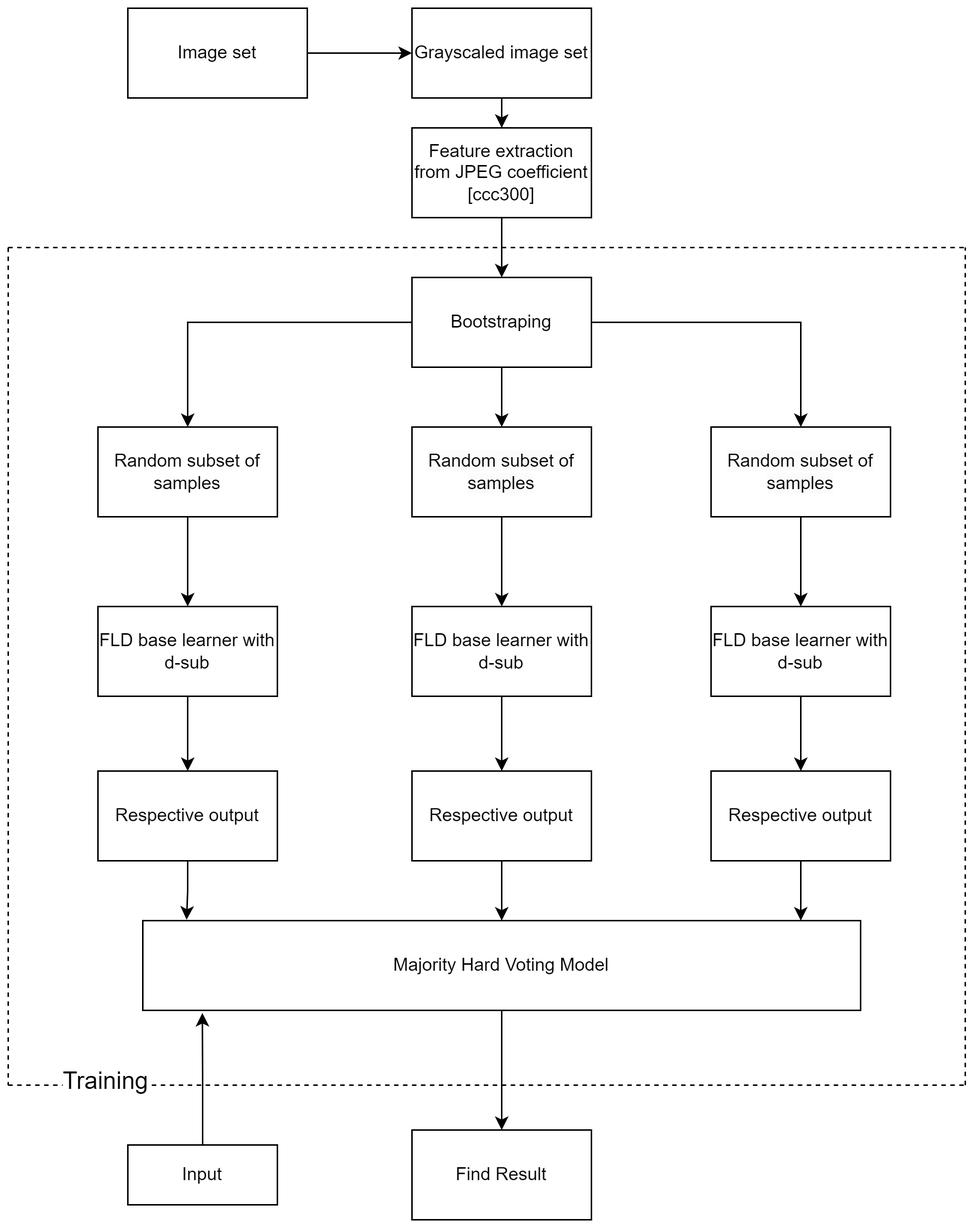
The draw.io diagram Final/img/blockDiagram.png in cruvss/Image-Steganalysis-Using-Ensemble-Classifiers, before a commit. Source tidied: cells renumbered, new cells last; positions are measured from the earlier drawing's top-left corner, leaving out a move shared by most shapes.
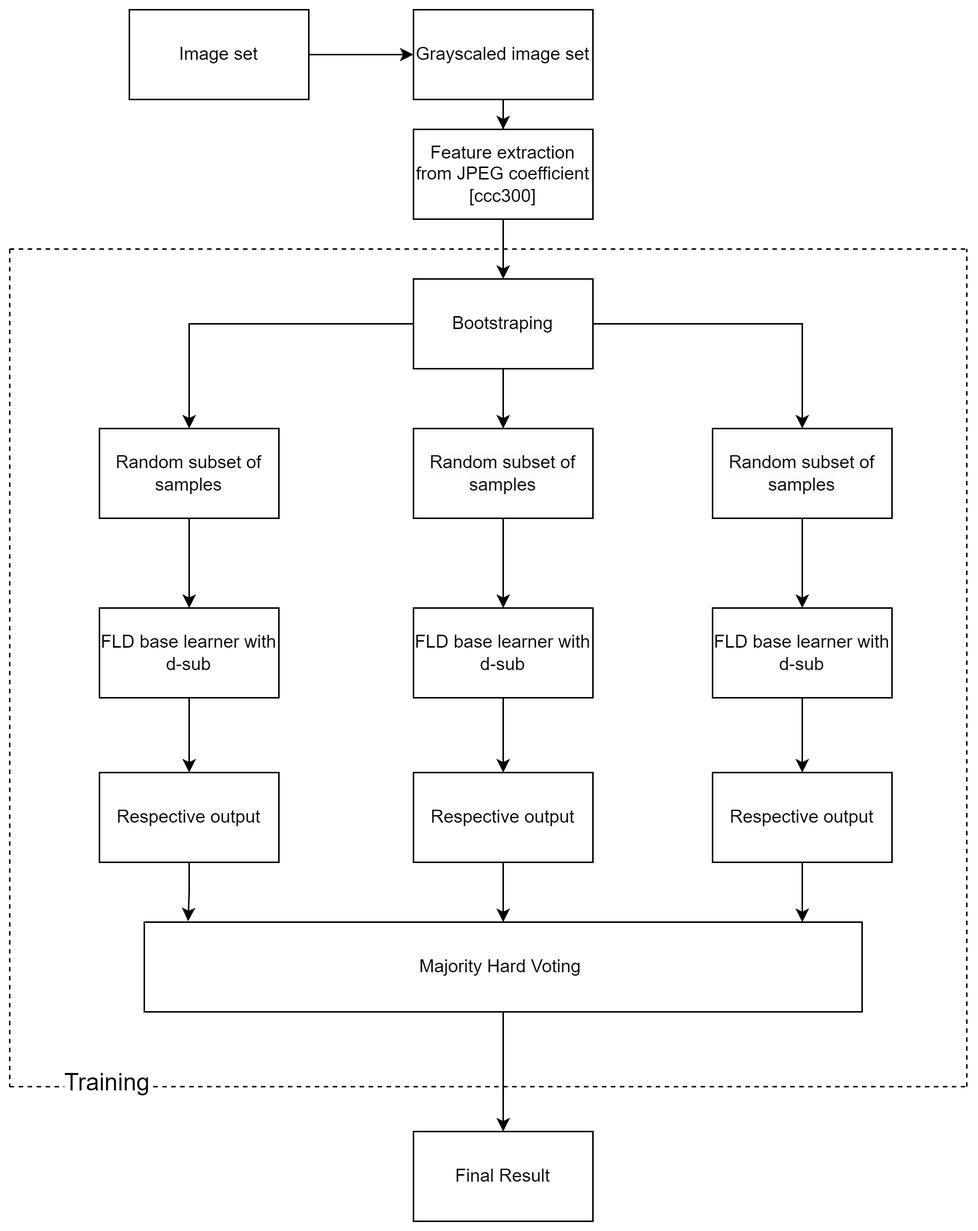
The same diagram one commit later.

Diff of the diagram source:
```diff
@@ -80,10 +80,10 @@
     <mxCell id="27" style="edgeStyle=orthogonalEdgeStyle;rounded=0;jettySize=auto;html=1;entryX=0.5;entryY=0;entryDx=0;entryDy=0;" parent="1" edge="1" source="28" target="29">
       <mxGeometry relative="1" as="geometry" />
     </mxCell>
-    <mxCell id="28" value="Majority Hard Voting Model" style="rounded=0;whiteSpace=wrap;html=1;" parent="1" vertex="1">
+    <mxCell id="28" value="Majority Hard Voting&amp;nbsp;" style="rounded=0;whiteSpace=wrap;html=1;" parent="1" vertex="1">
       <mxGeometry x="90" y="610" width="480" height="60" as="geometry" />
     </mxCell>
-    <mxCell id="29" value="Find Result" style="rounded=0;whiteSpace=wrap;html=1;" parent="1" vertex="1">
+    <mxCell id="29" value="Final Result" style="rounded=0;whiteSpace=wrap;html=1;" parent="1" vertex="1">
       <mxGeometry x="270" y="750" width="120" height="60" as="geometry" />
     </mxCell>
     <mxCell id="30" style="edgeStyle=orthogonalEdgeStyle;rounded=0;jettySize=auto;html=1;" parent="1" edge="1" source="26">
@@ -126,11 +126,5 @@
         <mxPoint y="720" as="targetPoint" />
       </mxGeometry>
     </mxCell>
-    <mxCell id="38" value="Input" style="rounded=0;whiteSpace=wrap;html=1;" parent="1" vertex="1">
-      <mxGeometry x="80" y="760" width="100" height="40" as="geometry" />
-    </mxCell>
-    <mxCell id="39" style="edgeStyle=orthogonalEdgeStyle;rounded=0;jettySize=auto;html=1;exitX=0.5;exitY=0;exitDx=0;exitDy=0;entryX=0.083;entryY=1.029;entryDx=0;entryDy=0;entryPerimeter=0;" parent="1" edge="1" source="38" target="28">
-      <mxGeometry relative="1" as="geometry" />
-    </mxCell>
   </root>
 </mxGraphModel>
```
